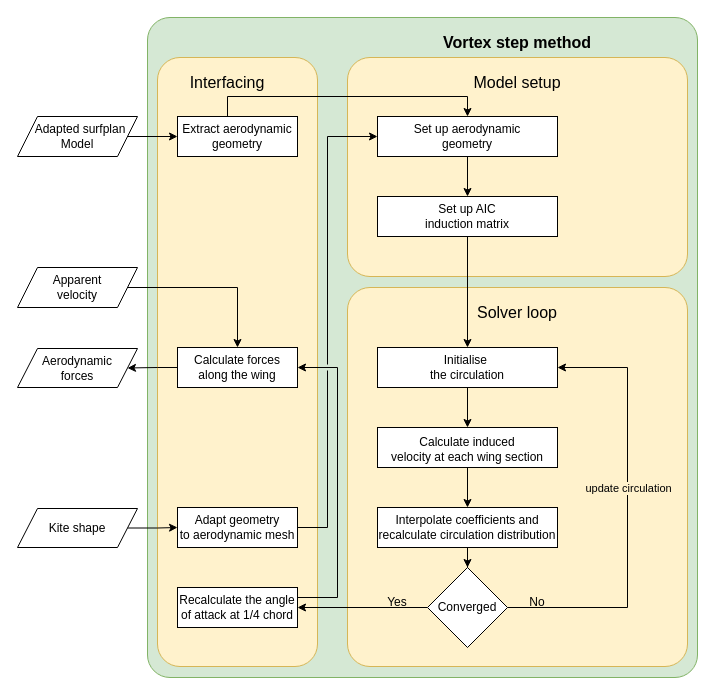
Earlier version of the draw.io diagram Figures/drawio/VSM_flowchart.drawio (PatrickRoel/Thesis). Source tidied: cells renumbered, new cells numbered last; positions are measured from the earlier drawing's top-left corner, leaving out a move shared by most shapes. Both pictures are drawn from the tidied source at 100%, with x=0, y=0 at pixel (17, 17).
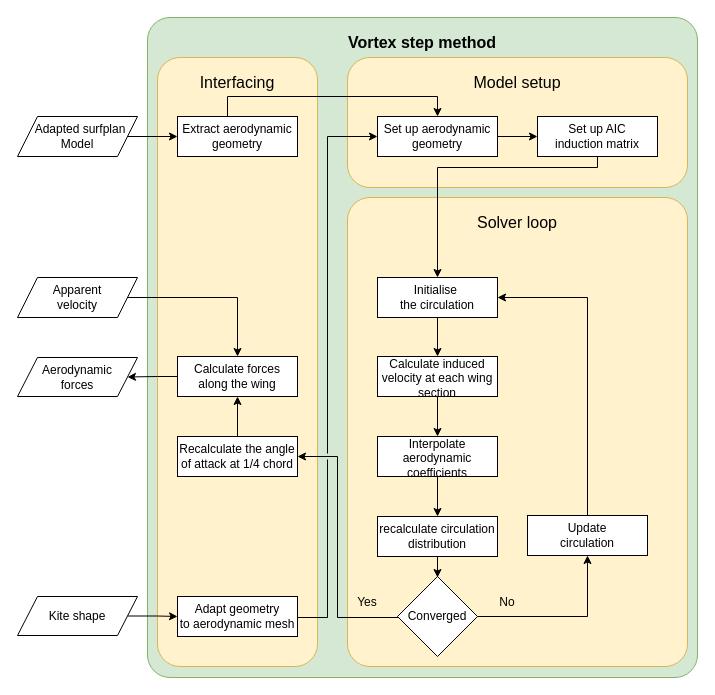
Above is the later version.

The change refers to these unchanged cells:
```xml
<mxCell id="20" value="&lt;div&gt;Extract aerodynamic&lt;/div&gt;&lt;div&gt;geometry&lt;/div&gt;" style="rounded=0;whiteSpace=wrap;html=1;" parent="1" vertex="1">
  <mxGeometry x="160" y="99" width="120" height="40" as="geometry" />
</mxCell>
```

What changed in the source:
```diff
@@
     <mxCell id="4" style="rounded=1;whiteSpace=wrap;html=1;fillColor=#FFF2CC;strokeColor=#d6b656;glass=0;shadow=0;arcSize=45;absoluteArcSize=1;" parent="1" vertex="1">
-      <mxGeometry x="330" y="270" width="340" height="379" as="geometry" />
+      <mxGeometry x="330" y="180" width="340" height="469" as="geometry" />
     </mxCell>
     <mxCell id="5" value="Solver loop" style="text;html=1;whiteSpace=wrap;strokeColor=none;fillColor=none;align=center;verticalAlign=middle;rounded=0;fontStyle=0;fontSize=16;" parent="1" vertex="1">
-      <mxGeometry x="335" y="280" width="330" height="30" as="geometry" />
+      <mxGeometry x="335" y="190" width="330" height="30" as="geometry" />
     </mxCell>
     <mxCell id="6" style="rounded=1;whiteSpace=wrap;html=1;fillColor=#fff2cc;strokeColor=#d6b656;absoluteArcSize=1;arcSize=45;" parent="1" vertex="1">
-      <mxGeometry x="330" y="40" width="340" height="219" as="geometry" />
+      <mxGeometry x="330" y="40" width="340" height="130" as="geometry" />
     </mxCell>
     <mxCell id="7" style="edgeStyle=orthogonalEdgeStyle;rounded=0;jettySize=auto;html=1;" parent="1" edge="1" source="8" target="22">
-      <mxGeometry relative="1" as="geometry" />
+      <mxGeometry relative="1" as="geometry">
+        <Array as="points">
+          <mxPoint x="580" y="150" />
+          <mxPoint x="420" y="150" />
+        </Array>
+      </mxGeometry>
     </mxCell>
     <mxCell id="8" value="&lt;div&gt;Set up AIC&lt;/div&gt;&lt;div&gt;induction matrix&lt;/div&gt;" style="rounded=0;whiteSpace=wrap;html=1;" parent="1" vertex="1">
-      <mxGeometry x="360" y="179" width="180" height="40" as="geometry" />
+      <mxGeometry x="520" y="99" width="120" height="40" as="geometry" />
     </mxCell>
@@
     <mxCell id="12" value="Vortex step method" style="text;html=1;whiteSpace=wrap;strokeColor=none;fillColor=none;align=center;verticalAlign=middle;rounded=0;fontStyle=1;fontSize=16;" parent="1" vertex="1">
-      <mxGeometry x="320" y="10" width="360" height="30" as="geometry" />
+      <mxGeometry x="130" y="10" width="550" height="30" as="geometry" />
     </mxCell>
     <mxCell id="13" value="Interfacing" style="text;html=1;whiteSpace=wrap;strokeColor=none;fillColor=none;align=center;verticalAlign=middle;rounded=0;fontStyle=0;fontSize=16;" parent="1" vertex="1">
-      <mxGeometry x="125" y="50" width="170" height="30" as="geometry" />
+      <mxGeometry x="140" y="50" width="160" height="30" as="geometry" />
     </mxCell>
@@
     <mxCell id="15" value="Kite shape" style="shape=parallelogram;perimeter=parallelogramPerimeter;whiteSpace=wrap;html=1;fixedSize=1;" parent="1" vertex="1">
-      <mxGeometry y="491" width="120" height="39" as="geometry" />
+      <mxGeometry y="579" width="120" height="39" as="geometry" />
     </mxCell>
     <mxCell id="16" value="&lt;div&gt;Adapt geometry&lt;/div&gt;&lt;div&gt;to aerodynamic mesh&lt;/div&gt;" style="rounded=0;whiteSpace=wrap;html=1;" parent="1" vertex="1">
-      <mxGeometry x="160" y="490" width="120" height="40" as="geometry" />
+      <mxGeometry x="160" y="579" width="120" height="40" as="geometry" />
     </mxCell>
@@
     <mxCell id="18" value="&lt;div&gt;Set up aerodynamic&lt;/div&gt;&lt;div&gt;geometry&lt;/div&gt;" style="rounded=0;whiteSpace=wrap;html=1;" parent="1" vertex="1">
-      <mxGeometry x="360" y="99" width="180" height="40" as="geometry" />
+      <mxGeometry x="360" y="99" width="120" height="40" as="geometry" />
     </mxCell>
     <mxCell id="19" style="edgeStyle=orthogonalEdgeStyle;rounded=0;jettySize=auto;html=1;entryX=0.5;entryY=0;entryDx=0;entryDy=0;" parent="1" edge="1" source="20" target="18">
       <mxGeometry relative="1" as="geometry">
         <Array as="points">
           <mxPoint x="210" y="79" />
-          <mxPoint x="450" y="79" />
+          <mxPoint x="420" y="79" />
         </Array>
       </mxGeometry>
     </mxCell>
@@
     <mxCell id="22" value="&lt;div&gt;Initialise&amp;nbsp;&lt;/div&gt;&lt;div&gt;the circulation&lt;/div&gt;" style="rounded=0;whiteSpace=wrap;html=1;" parent="1" vertex="1">
-      <mxGeometry x="360" y="330" width="180" height="40" as="geometry" />
+      <mxGeometry x="360" y="260" width="120" height="40" as="geometry" />
     </mxCell>
-    <mxCell id="23" style="edgeStyle=orthogonalEdgeStyle;rounded=0;jettySize=auto;html=1;entryX=0.5;entryY=0;entryDx=0;entryDy=0;" parent="1" edge="1" source="24" target="30">
-      <mxGeometry relative="1" as="geometry" />
-    </mxCell>
+    <mxCell id="41" style="edgeStyle=orthogonalEdgeStyle;rounded=0;jettySize=auto;html=1;" parent="1" edge="1" source="24" target="43">
+      <mxGeometry relative="1" as="geometry" />
+    </mxCell>
-    <mxCell id="24" value="Interpolate coefficients and recalculate circulation distribution" style="rounded=0;whiteSpace=wrap;html=1;" parent="1" vertex="1">
-      <mxGeometry x="360" y="490" width="180" height="40" as="geometry" />
+    <mxCell id="24" value="Interpolate aerodynamic coefficients" style="rounded=0;whiteSpace=wrap;html=1;spacingBottom=-4;" parent="1" vertex="1">
+      <mxGeometry x="360" y="419" width="120" height="40" as="geometry" />
     </mxCell>
@@
     <mxCell id="26" value="&lt;div&gt;Calculate induced&lt;/div&gt;&lt;div&gt;velocity at each wing section&lt;/div&gt;" style="rounded=0;whiteSpace=wrap;html=1;spacingBottom=-4;" parent="1" vertex="1">
-      <mxGeometry x="360" y="410" width="180" height="40" as="geometry" />
+      <mxGeometry x="360" y="339" width="120" height="40" as="geometry" />
     </mxCell>
-    <mxCell id="27" style="edgeStyle=orthogonalEdgeStyle;rounded=0;jettySize=auto;html=1;exitX=1;exitY=0.5;exitDx=0;exitDy=0;entryX=1;entryY=0.5;entryDx=0;entryDy=0;" parent="1" edge="1" source="30" target="22">
-      <mxGeometry relative="1" as="geometry">
-        <Array as="points">
-          <mxPoint x="610" y="590" />
-          <mxPoint x="610" y="350" />
-        </Array>
-      </mxGeometry>
-    </mxCell>
-    <mxCell id="28" value="update circulation" style="edgeLabel;html=1;align=center;verticalAlign=middle;labelBackgroundColor=#FFF2CC;" parent="27" vertex="1">
-      <mxGeometry x="0.13" y="-3" relative="1" as="geometry">
-        <mxPoint x="-3" y="3" as="offset" />
-      </mxGeometry>
-    </mxCell>
     <mxCell id="29" style="edgeStyle=orthogonalEdgeStyle;rounded=0;jettySize=auto;html=1;" parent="1" edge="1" source="30" target="32">
-      <mxGeometry relative="1" as="geometry" />
+      <mxGeometry relative="1" as="geometry">
+        <Array as="points">
+          <mxPoint x="320" y="600" />
+          <mxPoint x="320" y="439" />
+        </Array>
+      </mxGeometry>
     </mxCell>
     <mxCell id="30" value="Converged" style="rhombus;whiteSpace=wrap;html=1;" parent="1" vertex="1">
-      <mxGeometry x="410" y="550" width="80" height="80" as="geometry" />
+      <mxGeometry x="380" y="559" width="80" height="80" as="geometry" />
     </mxCell>
-    <mxCell id="31" style="edgeStyle=orthogonalEdgeStyle;rounded=0;jettySize=auto;html=1;entryX=1;entryY=0.5;entryDx=0;entryDy=0;jumpStyle=gap;" parent="1" edge="1" source="32" target="34">
-      <mxGeometry relative="1" as="geometry">
-        <Array as="points">
-          <mxPoint x="320" y="580" />
-          <mxPoint x="320" y="350" />
-        </Array>
-      </mxGeometry>
+    <mxCell id="31" style="edgeStyle=orthogonalEdgeStyle;rounded=0;jettySize=auto;html=1;" parent="1" edge="1" source="32" target="34">
+      <mxGeometry relative="1" as="geometry" />
     </mxCell>
     <mxCell id="32" value="Recalculate the angle of attack at 1/4 chord" style="rounded=0;whiteSpace=wrap;html=1;" parent="1" vertex="1">
-      <mxGeometry x="160" y="570" width="120" height="40" as="geometry" />
+      <mxGeometry x="160" y="419" width="120" height="40" as="geometry" />
     </mxCell>
@@
     <mxCell id="34" value="Calculate forces along the wing" style="rounded=0;whiteSpace=wrap;html=1;" parent="1" vertex="1">
-      <mxGeometry x="160" y="330" width="120" height="40" as="geometry" />
+      <mxGeometry x="160" y="339" width="120" height="40" as="geometry" />
     </mxCell>
     <mxCell id="35" value="&lt;div&gt;Aerodynamic&lt;/div&gt;&lt;div&gt;forces&lt;/div&gt;" style="shape=parallelogram;perimeter=parallelogramPerimeter;whiteSpace=wrap;html=1;fixedSize=1;" parent="1" vertex="1">
-      <mxGeometry y="331" width="120" height="39" as="geometry" />
+      <mxGeometry y="340" width="120" height="39" as="geometry" />
     </mxCell>
     <mxCell id="36" style="edgeStyle=orthogonalEdgeStyle;rounded=0;jettySize=auto;html=1;entryX=0;entryY=0.5;entryDx=0;entryDy=0;jumpStyle=gap;" parent="1" edge="1" source="16" target="18">
       <mxGeometry relative="1" as="geometry">
         <Array as="points">
-          <mxPoint x="310" y="510" />
+          <mxPoint x="310" y="600" />
           <mxPoint x="310" y="119" />
         </Array>
       </mxGeometry>
     </mxCell>
@@
     <mxCell id="38" value="&lt;div&gt;Apparent&lt;/div&gt;&lt;div&gt;velocity&lt;/div&gt;" style="shape=parallelogram;perimeter=parallelogramPerimeter;whiteSpace=wrap;html=1;fixedSize=1;" parent="1" vertex="1">
-      <mxGeometry y="250" width="120" height="40" as="geometry" />
+      <mxGeometry y="260" width="120" height="40" as="geometry" />
     </mxCell>
     <mxCell id="39" value="No" style="text;html=1;whiteSpace=wrap;strokeColor=none;fillColor=none;align=center;verticalAlign=middle;rounded=0;" parent="1" vertex="1">
-      <mxGeometry x="490" y="570" width="60" height="30" as="geometry" />
+      <mxGeometry x="460" y="570" width="60" height="30" as="geometry" />
     </mxCell>
     <mxCell id="40" value="Yes" style="text;html=1;whiteSpace=wrap;strokeColor=none;fillColor=none;align=center;verticalAlign=middle;rounded=0;" parent="1" vertex="1">
-      <mxGeometry x="350" y="570" width="60" height="30" as="geometry" />
+      <mxGeometry x="320" y="570" width="60" height="30" as="geometry" />
     </mxCell>
+    <mxCell id="42" style="edgeStyle=orthogonalEdgeStyle;rounded=0;jettySize=auto;html=1;" parent="1" edge="1" source="43">
+      <mxGeometry relative="1" as="geometry">
+        <mxPoint x="420" y="560" as="targetPoint" />
+      </mxGeometry>
+    </mxCell>
+    <mxCell id="43" value="recalculate circulation distribution" style="rounded=0;whiteSpace=wrap;html=1;" parent="1" vertex="1">
+      <mxGeometry x="360" y="499" width="120" height="40" as="geometry" />
+    </mxCell>
+    <mxCell id="44" style="edgeStyle=orthogonalEdgeStyle;rounded=0;jettySize=auto;html=1;entryX=1;entryY=0.5;entryDx=0;entryDy=0;startArrow=classic;startFill=1;endArrow=none;endFill=0;" parent="1" edge="1" source="46" target="30">
+      <mxGeometry relative="1" as="geometry">
+        <Array as="points">
+          <mxPoint x="570" y="599" />
+        </Array>
+      </mxGeometry>
+    </mxCell>
+    <mxCell id="45" style="edgeStyle=orthogonalEdgeStyle;rounded=0;jettySize=auto;html=1;entryX=1;entryY=0.5;entryDx=0;entryDy=0;" parent="1" edge="1" source="46" target="22">
+      <mxGeometry relative="1" as="geometry">
+        <Array as="points">
+          <mxPoint x="570" y="280" />
+        </Array>
+      </mxGeometry>
+    </mxCell>
+    <mxCell id="46" value="&lt;div&gt;Update&lt;/div&gt;&lt;div&gt;circulation&lt;/div&gt;" style="rounded=0;whiteSpace=wrap;html=1;" parent="1" vertex="1">
+      <mxGeometry x="510" y="498" width="120" height="40" as="geometry" />
+    </mxCell>
```
